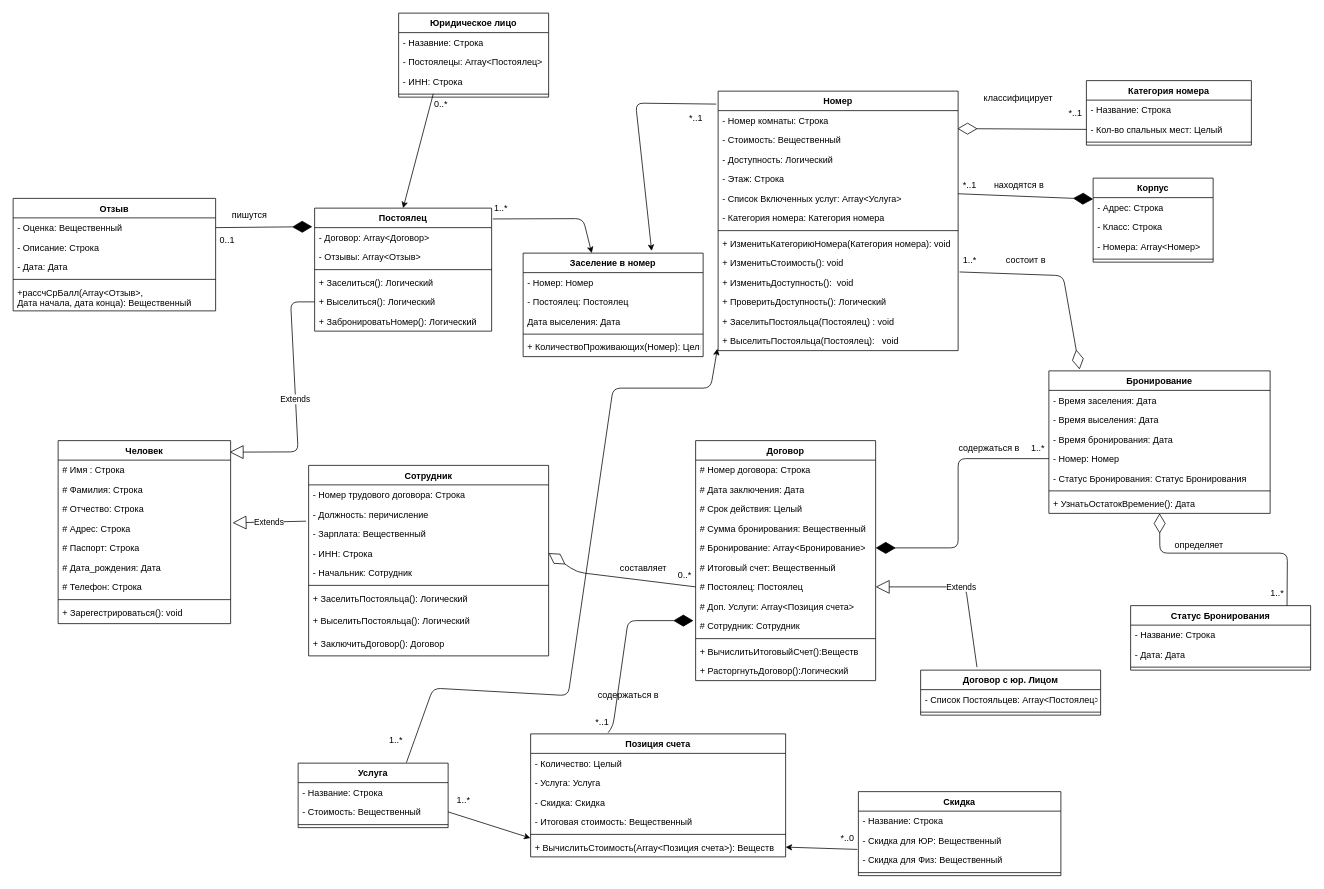
This is IS_IS/lab2/Class diagram.drawio from Suvorovm/DB--Labs, a draw.io file, before an edit. Source tidied: cells renumbered, new cells numbered last; positions are measured from the earlier drawing's top-left corner, leaving out a move shared by most shapes. Both pictures are drawn from the tidied source at 75%, with x=0, y=0 at pixel (13, 13).
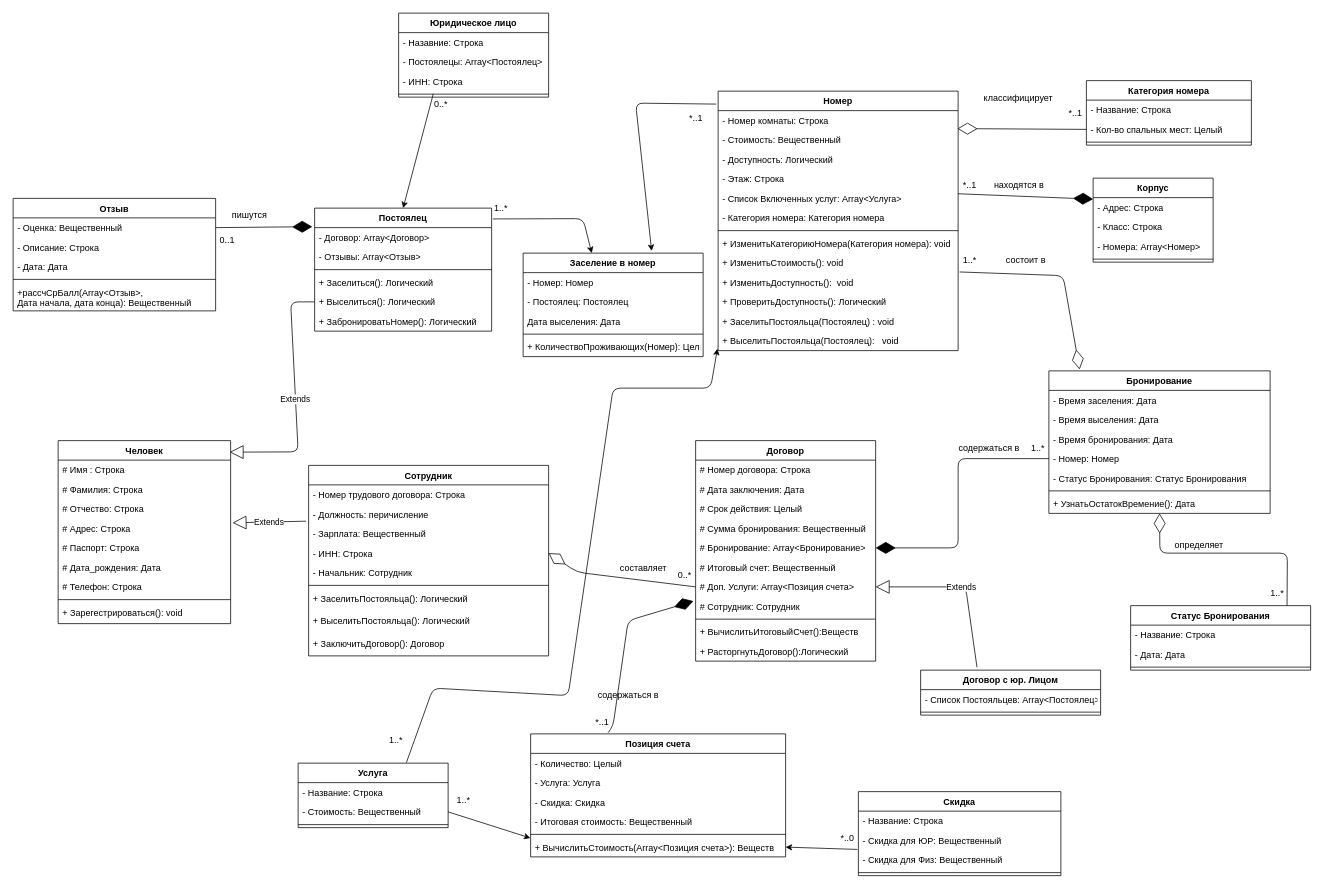
The same page after the edit.

The change refers to these unchanged cells:
```xml
<mxCell id="98" value="- ИНН: Строка" style="text;strokeColor=none;fillColor=none;align=left;verticalAlign=top;spacingLeft=4;spacingRight=4;overflow=hidden;points=[[0,0.5],[1,0.5]];portConstraint=eastwest;" parent="94" vertex="1">
  <mxGeometry y="104" width="320" height="26" as="geometry" />
</mxCell>
<mxCell id="135" value="Договор с юр. Лицом" style="swimlane;fontStyle=1;align=center;verticalAlign=top;horizontal=1;startSize=26;" parent="1" vertex="1">
  <mxGeometry x="1210" y="876" width="240" height="60" as="geometry" />
</mxCell>
```

Change to the diagram source:
```diff
@@
     <mxCell id="52" value="Договор" style="swimlane;fontStyle=1;align=center;verticalAlign=top;horizontal=1;startSize=26;" parent="1" vertex="1">
-      <mxGeometry x="910" y="570" width="240" height="320" as="geometry" />
+      <mxGeometry x="910" y="570" width="240" height="294" as="geometry" />
     </mxCell>
@@
-    <mxCell id="59" value="# Постоялец: Постоялец" style="text;strokeColor=none;fillColor=none;align=left;verticalAlign=top;spacingLeft=4;spacingRight=4;overflow=hidden;points=[[0,0.5],[1,0.5]];portConstraint=eastwest;" parent="52" vertex="1">
-      <mxGeometry y="182" width="240" height="26" as="geometry" />
-    </mxCell>
     <mxCell id="60" value="# Доп. Услуги: Array&lt;Позиция счета&gt;" style="text;strokeColor=none;fillColor=none;align=left;verticalAlign=top;spacingLeft=4;spacingRight=4;overflow=hidden;" parent="52" vertex="1">
-      <mxGeometry y="208" width="240" height="26" as="geometry" />
+      <mxGeometry y="182" width="240" height="26" as="geometry" />
     </mxCell>
     <mxCell id="61" value="# Сотрудник: Сотрудник" style="text;strokeColor=none;fillColor=none;align=left;verticalAlign=top;spacingLeft=4;spacingRight=4;overflow=hidden;points=[[0,0.5],[1,0.5]];portConstraint=eastwest;" parent="52" vertex="1">
-      <mxGeometry y="234" width="240" height="26" as="geometry" />
+      <mxGeometry y="208" width="240" height="26" as="geometry" />
     </mxCell>
     <mxCell id="62" style="line;strokeWidth=1;fillColor=none;align=left;verticalAlign=middle;spacingTop=-1;spacingLeft=3;spacingRight=3;labelPosition=right;" parent="52" vertex="1">
-      <mxGeometry y="260" width="240" height="8" as="geometry" />
+      <mxGeometry y="234" width="240" height="8" as="geometry" />
     </mxCell>
     <mxCell id="63" value="+ ВычислитьИтоговыйСчет():Веществ" style="text;strokeColor=none;fillColor=none;align=left;verticalAlign=top;spacingLeft=4;spacingRight=4;overflow=hidden;" parent="52" vertex="1">
-      <mxGeometry y="268" width="240" height="26" as="geometry" />
+      <mxGeometry y="242" width="240" height="26" as="geometry" />
     </mxCell>
     <mxCell id="64" value="+ РасторгнутьДоговор():Логический" style="text;strokeColor=none;fillColor=none;align=left;verticalAlign=top;spacingLeft=4;spacingRight=4;overflow=hidden;" parent="52" vertex="1">
-      <mxGeometry y="294" width="240" height="26" as="geometry" />
+      <mxGeometry y="268" width="240" height="26" as="geometry" />
     </mxCell>
@@
-    <mxCell id="138" value="Extends" style="endArrow=block;endSize=16;endFill=0;html=1;exitX=0.313;exitY=-0.067;exitDx=0;exitDy=0;exitPerimeter=0;entryX=1;entryY=0.5;entryDx=0;entryDy=0;" parent="1" edge="1" source="135" target="59">
+    <mxCell id="138" value="Extends" style="endArrow=block;endSize=16;endFill=0;html=1;exitX=0.313;exitY=-0.067;exitDx=0;exitDy=0;exitPerimeter=0;entryX=1;entryY=0.5;entryDx=0;entryDy=0;" parent="1" edge="1" source="135">
       <mxGeometry relative="1" as="geometry">
+        <mxPoint x="1150" y="765" as="targetPoint" />
         <Array as="points">
           <mxPoint x="1270" y="765" />
         </Array>
       </mxGeometry>
     </mxCell>
@@
-    <mxCell id="142" style="endArrow=diamondThin;endFill=0;endSize=24;html=1;entryX=1;entryY=0.5;entryDx=0;entryDy=0;exitX=0;exitY=0.5;exitDx=0;exitDy=0;" parent="1" edge="1" source="59" target="98">
+    <mxCell id="142" style="endArrow=diamondThin;endFill=0;endSize=24;html=1;entryX=1;entryY=0.5;entryDx=0;entryDy=0;exitX=0;exitY=0.5;exitDx=0;exitDy=0;" parent="1" edge="1" target="98">
       <mxGeometry relative="1" as="geometry">
+        <mxPoint x="910" y="765" as="sourcePoint" />
         <Array as="points">
           <mxPoint x="752" y="745.5" />
         </Array>
       </mxGeometry>
     </mxCell>
```
